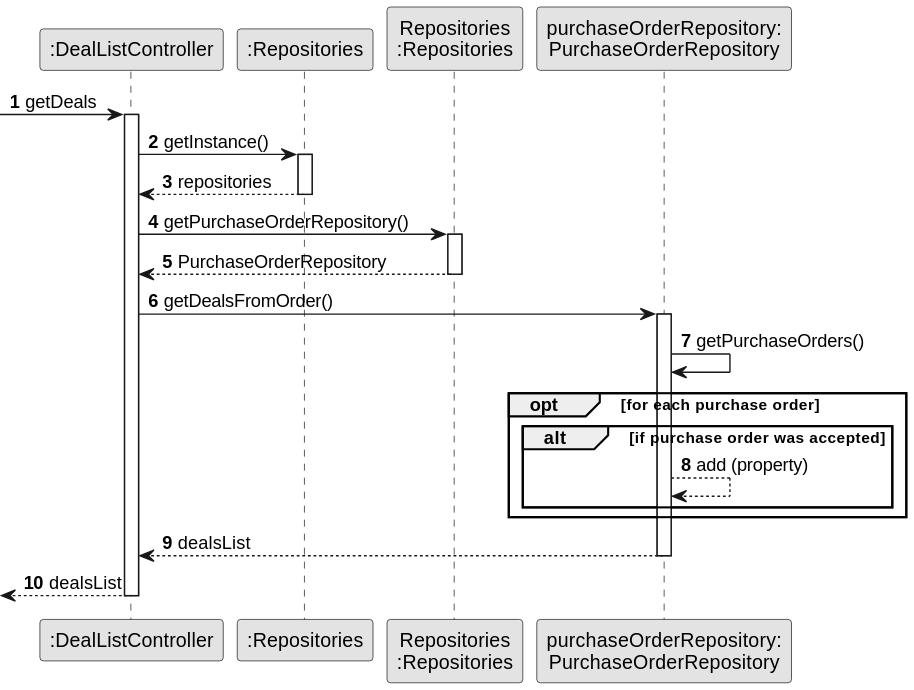
Above: docs/sprintD/us017/03.design/svg/us017-sequence-diagram-partial-get-deals-list.svg in Shushizinho/RealEstateUSASystem (PlantUML), before the change.
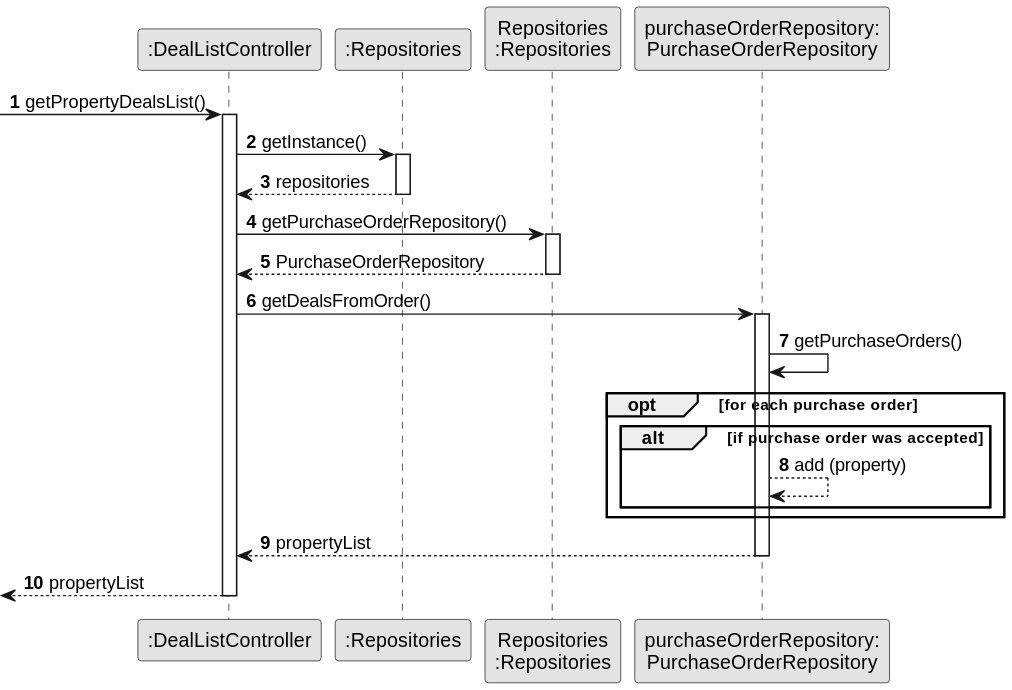
The same diagram one commit later.

Commit message:
update US17 SD (As a network manager, I want to list all deals made.)

The edit, as a diff of the source:
```diff
@@ -14,7 +14,7 @@
 
 
 
--> CTRL : getDeals
+-> CTRL : getPropertyDealsList()
     activate CTRL
 
 
@@ -45,13 +45,13 @@
 
              end opt
 
-             OR --> CTRL : dealsList
+             OR --> CTRL : propertyList
              deactivate OR
 
 
 
 
-           <-- CTRL : dealsList
+           <-- CTRL : propertyList
 
            deactivate CTRL
 @enduml
```
